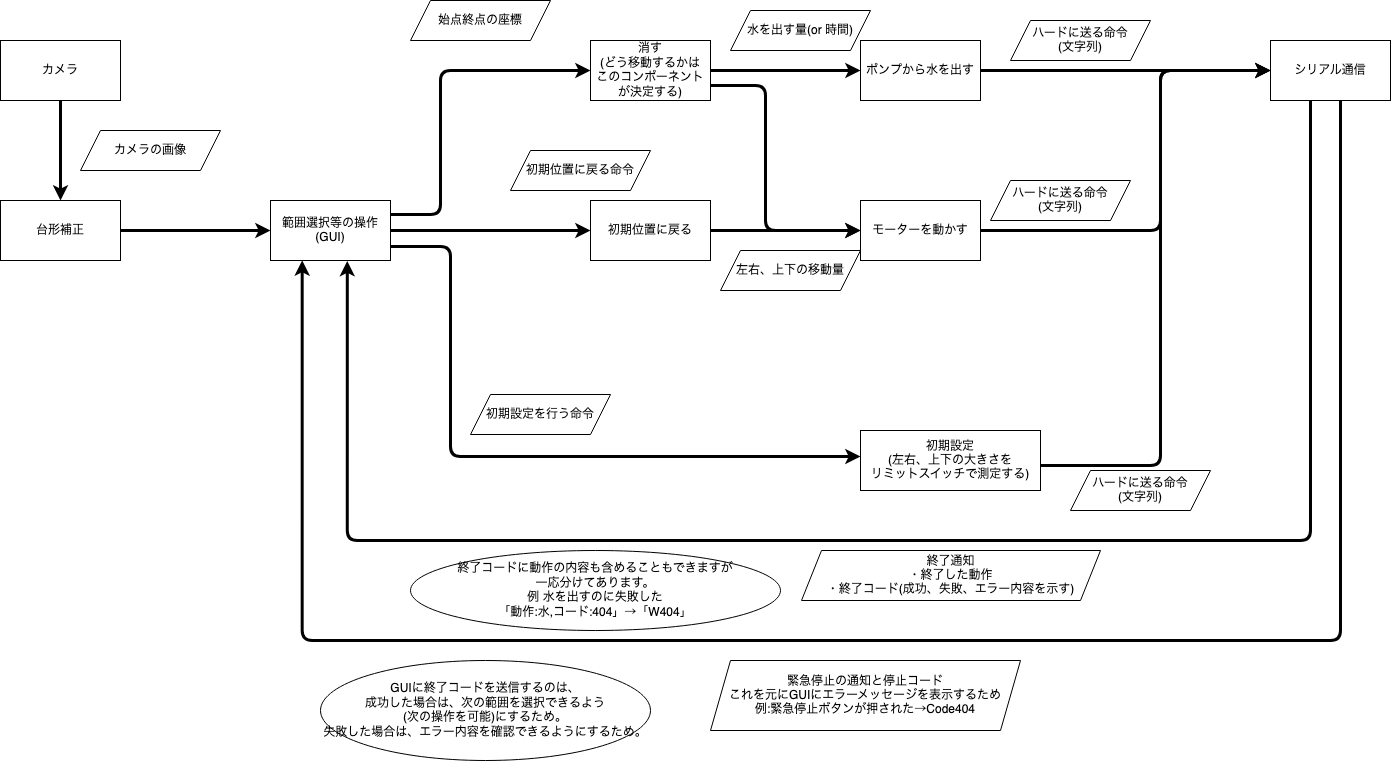
The draw.io diagram img/components_detail.png in Ruchi12377/AutoEraser, before a commit. Source tidied: cells renumbered, new cells last; positions are measured from the earlier drawing's top-left corner, leaving out a move shared by most shapes. The source it was exported from:
```xml
<mxGraphModel background="#ffffff">
  <root>
    <mxCell id="0" />
    <mxCell id="1" parent="0" />
    <mxCell id="2" style="edgeStyle=orthogonalEdgeStyle;rounded=1;jettySize=auto;html=1;strokeWidth=3;entryX=0;entryY=0.5;entryDx=0;entryDy=0;exitX=0.995;exitY=0.501;exitDx=0;exitDy=0;exitPerimeter=0;" parent="1" edge="1" source="36" target="8">
      <mxGeometry relative="1" as="geometry" />
    </mxCell>
    <mxCell id="3" style="edgeStyle=orthogonalEdgeStyle;rounded=0;jettySize=auto;html=1;strokeWidth=3;" parent="1" edge="1" source="4" target="36">
      <mxGeometry relative="1" as="geometry" />
    </mxCell>
    <mxCell id="4" value="カメラ" style="rounded=0;whiteSpace=wrap;html=1;" parent="1" vertex="1">
      <mxGeometry y="40" width="120" height="60" as="geometry" />
    </mxCell>
    <mxCell id="5" style="edgeStyle=orthogonalEdgeStyle;rounded=1;jettySize=auto;html=1;strokeWidth=3;entryX=0;entryY=0.5;entryDx=0;entryDy=0;" parent="1" edge="1" target="12">
      <mxGeometry relative="1" as="geometry">
        <mxPoint x="390" y="214" as="sourcePoint" />
        <Array as="points">
          <mxPoint x="440" y="214" />
          <mxPoint x="440" y="70" />
        </Array>
      </mxGeometry>
    </mxCell>
    <mxCell id="6" style="edgeStyle=orthogonalEdgeStyle;rounded=1;jettySize=auto;html=1;entryX=0;entryY=0.5;entryDx=0;entryDy=0;strokeWidth=3;" parent="1" edge="1" source="8" target="15">
      <mxGeometry relative="1" as="geometry" />
    </mxCell>
    <mxCell id="7" style="edgeStyle=orthogonalEdgeStyle;rounded=1;orthogonalLoop=1;jettySize=auto;html=1;entryX=0;entryY=0.5;entryDx=0;entryDy=0;strokeWidth=3;exitX=0.996;exitY=0.833;exitDx=0;exitDy=0;exitPerimeter=0;" parent="1" edge="1">
      <mxGeometry relative="1" as="geometry">
        <mxPoint x="389.5" y="246" as="sourcePoint" />
        <mxPoint x="860" y="456" as="targetPoint" />
        <Array as="points">
          <mxPoint x="450" y="246" />
          <mxPoint x="450" y="456" />
        </Array>
      </mxGeometry>
    </mxCell>
    <mxCell id="8" value="&lt;div&gt;範囲選択等の操作&lt;/div&gt;&lt;div&gt;(GUI)&lt;br&gt;&lt;/div&gt;" style="rounded=0;whiteSpace=wrap;html=1;" parent="1" vertex="1">
      <mxGeometry x="270" y="200" width="120" height="60" as="geometry" />
    </mxCell>
    <mxCell id="9" value="カメラの画像" style="shape=parallelogram;perimeter=parallelogramPerimeter;whiteSpace=wrap;html=1;fixedSize=1;" parent="1" vertex="1">
      <mxGeometry x="80" y="130" width="140" height="40" as="geometry" />
    </mxCell>
    <mxCell id="10" style="edgeStyle=orthogonalEdgeStyle;rounded=1;jettySize=auto;html=1;strokeWidth=3;entryX=0;entryY=0.5;entryDx=0;entryDy=0;exitX=1;exitY=0.75;exitDx=0;exitDy=0;" parent="1" edge="1" source="12" target="17">
      <mxGeometry relative="1" as="geometry">
        <Array as="points">
          <mxPoint x="765" y="85" />
          <mxPoint x="765" y="230" />
        </Array>
      </mxGeometry>
    </mxCell>
    <mxCell id="11" style="edgeStyle=orthogonalEdgeStyle;rounded=1;jettySize=auto;html=1;entryX=0;entryY=0.5;entryDx=0;entryDy=0;strokeWidth=3;" parent="1" edge="1" source="12" target="19">
      <mxGeometry relative="1" as="geometry" />
    </mxCell>
    <mxCell id="12" value="消す&lt;br&gt;(どう移動するかは&lt;br&gt;このコンポーネントが決定する)" style="rounded=0;whiteSpace=wrap;html=1;" parent="1" vertex="1">
      <mxGeometry x="590" y="40" width="120" height="60" as="geometry" />
    </mxCell>
    <mxCell id="13" value="始点終点の座標" style="shape=parallelogram;perimeter=parallelogramPerimeter;whiteSpace=wrap;html=1;fixedSize=1;" parent="1" vertex="1">
      <mxGeometry x="410" width="140" height="40" as="geometry" />
    </mxCell>
    <mxCell id="14" style="edgeStyle=orthogonalEdgeStyle;rounded=1;jettySize=auto;html=1;entryX=0;entryY=0.5;entryDx=0;entryDy=0;strokeWidth=3;" parent="1" edge="1" source="15" target="17">
      <mxGeometry relative="1" as="geometry" />
    </mxCell>
    <mxCell id="15" value="初期位置に戻る" style="rounded=0;whiteSpace=wrap;html=1;" parent="1" vertex="1">
      <mxGeometry x="590" y="200" width="120" height="60" as="geometry" />
    </mxCell>
    <mxCell id="16" style="edgeStyle=orthogonalEdgeStyle;rounded=1;jettySize=auto;html=1;entryX=0;entryY=0.5;entryDx=0;entryDy=0;strokeWidth=3;" parent="1" edge="1" source="17" target="22">
      <mxGeometry relative="1" as="geometry">
        <Array as="points">
          <mxPoint x="1160" y="230" />
          <mxPoint x="1160" y="70" />
        </Array>
      </mxGeometry>
    </mxCell>
    <mxCell id="17" value="モーターを動かす" style="rounded=0;whiteSpace=wrap;html=1;" parent="1" vertex="1">
      <mxGeometry x="860" y="200" width="120" height="60" as="geometry" />
    </mxCell>
    <mxCell id="18" style="edgeStyle=orthogonalEdgeStyle;rounded=1;jettySize=auto;html=1;strokeWidth=3;" parent="1" edge="1" source="19" target="22">
      <mxGeometry relative="1" as="geometry" />
    </mxCell>
    <mxCell id="19" value="ポンプから水を出す" style="rounded=0;whiteSpace=wrap;html=1;" parent="1" vertex="1">
      <mxGeometry x="860" y="40" width="120" height="60" as="geometry" />
    </mxCell>
    <mxCell id="20" style="edgeStyle=orthogonalEdgeStyle;rounded=1;jettySize=auto;html=1;entryX=0.64;entryY=1.008;entryDx=0;entryDy=0;entryPerimeter=0;strokeWidth=3;" parent="1" edge="1" source="22" target="8">
      <mxGeometry relative="1" as="geometry">
        <Array as="points">
          <mxPoint x="1310" y="540" />
          <mxPoint x="347" y="540" />
        </Array>
      </mxGeometry>
    </mxCell>
    <mxCell id="21" style="edgeStyle=orthogonalEdgeStyle;rounded=1;jettySize=auto;html=1;strokeWidth=3;entryX=0.264;entryY=0.999;entryDx=0;entryDy=0;entryPerimeter=0;" parent="1" edge="1" source="22" target="8">
      <mxGeometry relative="1" as="geometry">
        <Array as="points">
          <mxPoint x="1340" y="640" />
          <mxPoint x="302" y="640" />
        </Array>
      </mxGeometry>
    </mxCell>
    <mxCell id="22" value="シリアル通信" style="rounded=0;whiteSpace=wrap;html=1;" parent="1" vertex="1">
      <mxGeometry x="1270" y="40" width="120" height="60" as="geometry" />
    </mxCell>
    <mxCell id="23" value="水を出す量(or 時間)" style="shape=parallelogram;perimeter=parallelogramPerimeter;whiteSpace=wrap;html=1;fixedSize=1;" parent="1" vertex="1">
      <mxGeometry x="730" y="10" width="140" height="40" as="geometry" />
    </mxCell>
    <mxCell id="24" value="左右、上下の移動量" style="shape=parallelogram;perimeter=parallelogramPerimeter;whiteSpace=wrap;html=1;fixedSize=1;" parent="1" vertex="1">
      <mxGeometry x="720" y="250" width="140" height="40" as="geometry" />
    </mxCell>
    <mxCell id="25" value="&lt;div&gt;ハードに送る命令&lt;/div&gt;&lt;div&gt;(文字列)&lt;/div&gt;" style="shape=parallelogram;perimeter=parallelogramPerimeter;whiteSpace=wrap;html=1;fixedSize=1;" parent="1" vertex="1">
      <mxGeometry x="1010" y="20" width="140" height="40" as="geometry" />
    </mxCell>
    <mxCell id="26" style="edgeStyle=orthogonalEdgeStyle;rounded=1;jettySize=auto;html=1;entryX=0;entryY=0.5;entryDx=0;entryDy=0;strokeWidth=3;" parent="1" edge="1" target="22">
      <mxGeometry relative="1" as="geometry">
        <mxPoint x="1035" y="465" as="sourcePoint" />
        <Array as="points">
          <mxPoint x="1160" y="465" />
          <mxPoint x="1160" y="70" />
        </Array>
      </mxGeometry>
    </mxCell>
    <mxCell id="27" value="&lt;div&gt;初期設定&lt;/div&gt;&lt;div&gt;(左右、上下の大きさを&lt;br&gt;リミットスイッチで測定する)&lt;br&gt;&lt;/div&gt;" style="rounded=0;whiteSpace=wrap;html=1;" parent="1" vertex="1">
      <mxGeometry x="860" y="430" width="180" height="60" as="geometry" />
    </mxCell>
    <mxCell id="28" value="&lt;div&gt;ハードに送る命令&lt;/div&gt;&lt;div&gt;(文字列)&lt;/div&gt;" style="shape=parallelogram;perimeter=parallelogramPerimeter;whiteSpace=wrap;html=1;fixedSize=1;" parent="1" vertex="1">
      <mxGeometry x="990" y="180" width="140" height="40" as="geometry" />
    </mxCell>
    <mxCell id="29" value="&lt;div&gt;ハードに送る命令&lt;/div&gt;&lt;div&gt;(文字列)&lt;/div&gt;" style="shape=parallelogram;perimeter=parallelogramPerimeter;whiteSpace=wrap;html=1;fixedSize=1;" parent="1" vertex="1">
      <mxGeometry x="1070" y="470" width="140" height="40" as="geometry" />
    </mxCell>
    <mxCell id="30" value="終了通知&lt;br&gt;&lt;div&gt;・終了した動作&lt;/div&gt;&lt;div&gt;・終了コード(成功、失敗、エラー内容を示す)&lt;/div&gt;" style="shape=parallelogram;perimeter=parallelogramPerimeter;whiteSpace=wrap;html=1;fixedSize=1;" parent="1" vertex="1">
      <mxGeometry x="801" y="550" width="299" height="50" as="geometry" />
    </mxCell>
    <mxCell id="31" value="&lt;div&gt;緊急停止の通知と停止コード&lt;br&gt;これを元にGUIにエラーメッセージを表示するため&lt;br&gt;&lt;/div&gt;&lt;div&gt;例:緊急停止ボタンが押された→Code404&lt;br&gt;&lt;/div&gt;" style="shape=parallelogram;perimeter=parallelogramPerimeter;whiteSpace=wrap;html=1;fixedSize=1;" parent="1" vertex="1">
      <mxGeometry x="710" y="660" width="310" height="70" as="geometry" />
    </mxCell>
    <mxCell id="32" value="初期設定を行う命令" style="shape=parallelogram;perimeter=parallelogramPerimeter;whiteSpace=wrap;html=1;fixedSize=1;" parent="1" vertex="1">
      <mxGeometry x="470" y="394" width="140" height="40" as="geometry" />
    </mxCell>
    <mxCell id="33" value="初期位置に戻る命令" style="shape=parallelogram;perimeter=parallelogramPerimeter;whiteSpace=wrap;html=1;fixedSize=1;" parent="1" vertex="1">
      <mxGeometry x="510" y="150" width="140" height="40" as="geometry" />
    </mxCell>
    <mxCell id="34" value="&lt;div&gt;GUIに終了コードを送信するのは、&lt;br&gt;成功した場合は、次の範囲を選択できるよう&lt;br&gt;(次の操作を可能)にするため。&lt;br&gt;失敗した場合は、エラー内容を確認できるようにするため。&lt;/div&gt;" style="ellipse;whiteSpace=wrap;html=1;" parent="1" vertex="1">
      <mxGeometry x="320" y="660" width="330" height="100" as="geometry" />
    </mxCell>
    <mxCell id="35" value="終了コードに動作の内容も含めることもできますが&lt;br&gt;&lt;div&gt;一応分けてあります。&lt;/div&gt;&lt;div&gt;例 水を出すのに失敗した&lt;/div&gt;&lt;div&gt;「動作:水,コード:404」→「W404」&lt;br&gt;&lt;/div&gt;" style="ellipse;whiteSpace=wrap;html=1;" parent="1" vertex="1">
      <mxGeometry x="410" y="550" width="370" height="80" as="geometry" />
    </mxCell>
    <mxCell id="36" value="台形補正" style="rounded=0;whiteSpace=wrap;html=1;" parent="1" vertex="1">
      <mxGeometry y="200" width="120" height="60" as="geometry" />
    </mxCell>
  </root>
</mxGraphModel>
```
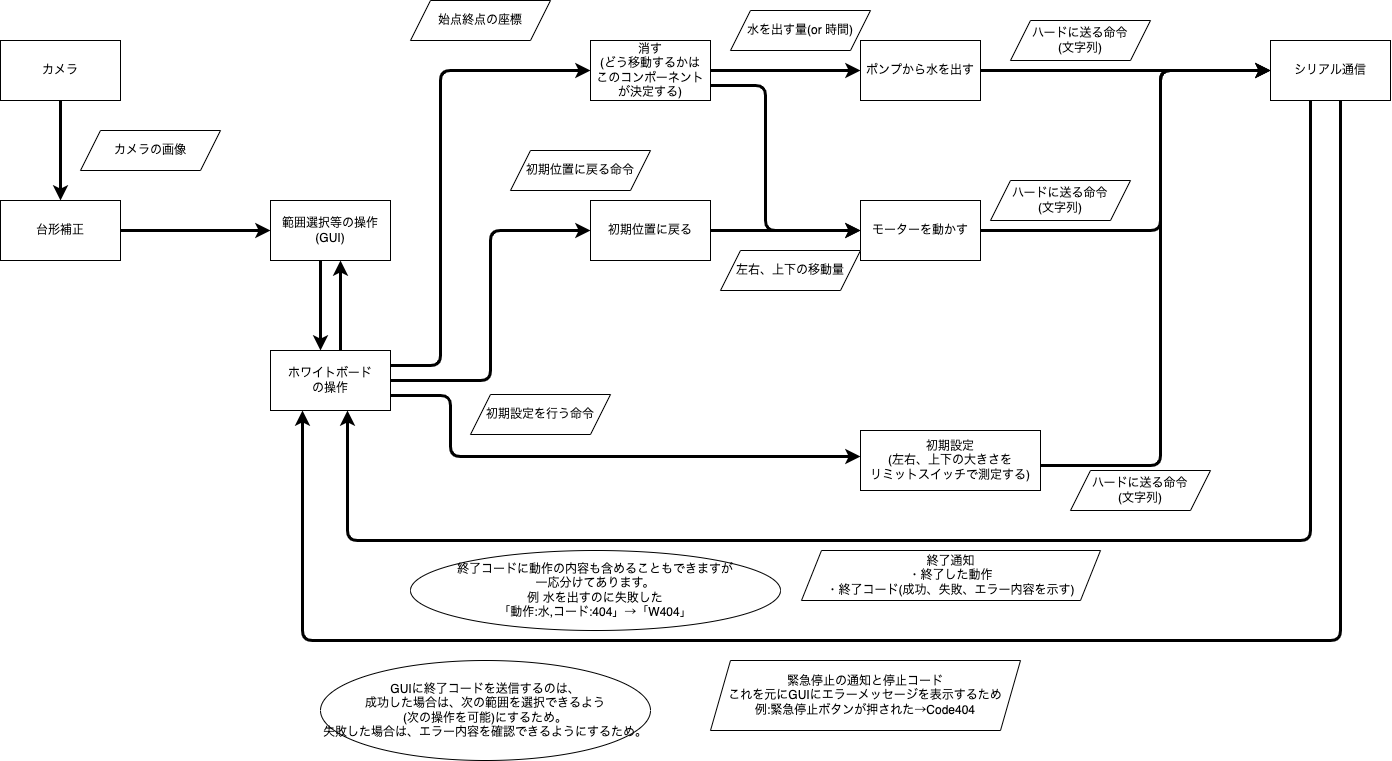
Later version of the same file.

Commit message:
コンポーネント図の修正。ホワイトボード操作コンポーネントの追加

What changed in the source:
```diff
@@ -11,28 +11,34 @@
     <mxCell id="4" value="カメラ" style="rounded=0;whiteSpace=wrap;html=1;" parent="1" vertex="1">
       <mxGeometry y="40" width="120" height="60" as="geometry" />
     </mxCell>
-    <mxCell id="5" style="edgeStyle=orthogonalEdgeStyle;rounded=1;jettySize=auto;html=1;strokeWidth=3;entryX=0;entryY=0.5;entryDx=0;entryDy=0;" parent="1" edge="1" target="12">
+    <mxCell id="5" style="edgeStyle=orthogonalEdgeStyle;rounded=1;jettySize=auto;html=1;strokeWidth=3;entryX=0;entryY=0.5;entryDx=0;entryDy=0;exitX=1;exitY=0.25;exitDx=0;exitDy=0;" parent="1" edge="1" source="39" target="12">
       <mxGeometry relative="1" as="geometry">
-        <mxPoint x="390" y="214" as="sourcePoint" />
         <Array as="points">
-          <mxPoint x="440" y="214" />
+          <mxPoint x="440" y="365" />
           <mxPoint x="440" y="70" />
         </Array>
       </mxGeometry>
     </mxCell>
-    <mxCell id="6" style="edgeStyle=orthogonalEdgeStyle;rounded=1;jettySize=auto;html=1;entryX=0;entryY=0.5;entryDx=0;entryDy=0;strokeWidth=3;" parent="1" edge="1" source="8" target="15">
+    <mxCell id="6" style="edgeStyle=orthogonalEdgeStyle;rounded=1;jettySize=auto;html=1;entryX=0;entryY=0.5;entryDx=0;entryDy=0;strokeWidth=3;exitX=1;exitY=0.5;exitDx=0;exitDy=0;" parent="1" edge="1" source="39" target="15">
       <mxGeometry relative="1" as="geometry" />
     </mxCell>
-    <mxCell id="7" style="edgeStyle=orthogonalEdgeStyle;rounded=1;orthogonalLoop=1;jettySize=auto;html=1;entryX=0;entryY=0.5;entryDx=0;entryDy=0;strokeWidth=3;exitX=0.996;exitY=0.833;exitDx=0;exitDy=0;exitPerimeter=0;" parent="1" edge="1">
+    <mxCell id="7" style="edgeStyle=orthogonalEdgeStyle;rounded=1;jettySize=auto;html=1;entryX=0;entryY=0.5;entryDx=0;entryDy=0;strokeWidth=3;exitX=1;exitY=0.75;exitDx=0;exitDy=0;" parent="1" edge="1" source="39">
       <mxGeometry relative="1" as="geometry">
-        <mxPoint x="389.5" y="246" as="sourcePoint" />
         <mxPoint x="860" y="456" as="targetPoint" />
         <Array as="points">
-          <mxPoint x="450" y="246" />
+          <mxPoint x="450" y="395" />
           <mxPoint x="450" y="456" />
         </Array>
       </mxGeometry>
     </mxCell>
+    <mxCell id="37" style="edgeStyle=orthogonalEdgeStyle;rounded=0;jettySize=auto;html=1;strokeWidth=3;" parent="1" edge="1" source="8" target="39">
+      <mxGeometry relative="1" as="geometry">
+        <Array as="points">
+          <mxPoint x="320" y="310" />
+          <mxPoint x="320" y="310" />
+        </Array>
+      </mxGeometry>
+    </mxCell>
     <mxCell id="8" value="&lt;div&gt;範囲選択等の操作&lt;/div&gt;&lt;div&gt;(GUI)&lt;br&gt;&lt;/div&gt;" style="rounded=0;whiteSpace=wrap;html=1;" parent="1" vertex="1">
       <mxGeometry x="270" y="200" width="120" height="60" as="geometry" />
     </mxCell>
@@ -79,7 +85,7 @@
     <mxCell id="19" value="ポンプから水を出す" style="rounded=0;whiteSpace=wrap;html=1;" parent="1" vertex="1">
       <mxGeometry x="860" y="40" width="120" height="60" as="geometry" />
     </mxCell>
-    <mxCell id="20" style="edgeStyle=orthogonalEdgeStyle;rounded=1;jettySize=auto;html=1;entryX=0.64;entryY=1.008;entryDx=0;entryDy=0;entryPerimeter=0;strokeWidth=3;" parent="1" edge="1" source="22" target="8">
+    <mxCell id="20" style="edgeStyle=orthogonalEdgeStyle;rounded=1;jettySize=auto;html=1;strokeWidth=3;" parent="1" edge="1" source="22" target="39">
       <mxGeometry relative="1" as="geometry">
         <Array as="points">
           <mxPoint x="1310" y="540" />
@@ -87,7 +93,7 @@
         </Array>
       </mxGeometry>
     </mxCell>
-    <mxCell id="21" style="edgeStyle=orthogonalEdgeStyle;rounded=1;jettySize=auto;html=1;strokeWidth=3;entryX=0.264;entryY=0.999;entryDx=0;entryDy=0;entryPerimeter=0;" parent="1" edge="1" source="22" target="8">
+    <mxCell id="21" style="edgeStyle=orthogonalEdgeStyle;rounded=1;jettySize=auto;html=1;strokeWidth=3;" parent="1" edge="1" source="22" target="39">
       <mxGeometry relative="1" as="geometry">
         <Array as="points">
           <mxPoint x="1340" y="640" />
@@ -146,5 +152,16 @@
     <mxCell id="36" value="台形補正" style="rounded=0;whiteSpace=wrap;html=1;" parent="1" vertex="1">
       <mxGeometry y="200" width="120" height="60" as="geometry" />
     </mxCell>
+    <mxCell id="38" style="edgeStyle=orthogonalEdgeStyle;rounded=0;jettySize=auto;html=1;strokeWidth=3;" parent="1" edge="1" source="39" target="8">
+      <mxGeometry relative="1" as="geometry">
+        <Array as="points">
+          <mxPoint x="340" y="310" />
+          <mxPoint x="340" y="310" />
+        </Array>
+      </mxGeometry>
+    </mxCell>
+    <mxCell id="39" value="&lt;div&gt;ホワイトボード&lt;/div&gt;&lt;div&gt;の操作&lt;/div&gt;" style="rounded=0;whiteSpace=wrap;html=1;" parent="1" vertex="1">
+      <mxGeometry x="270" y="350" width="120" height="60" as="geometry" />
+    </mxCell>
   </root>
 </mxGraphModel>
```
